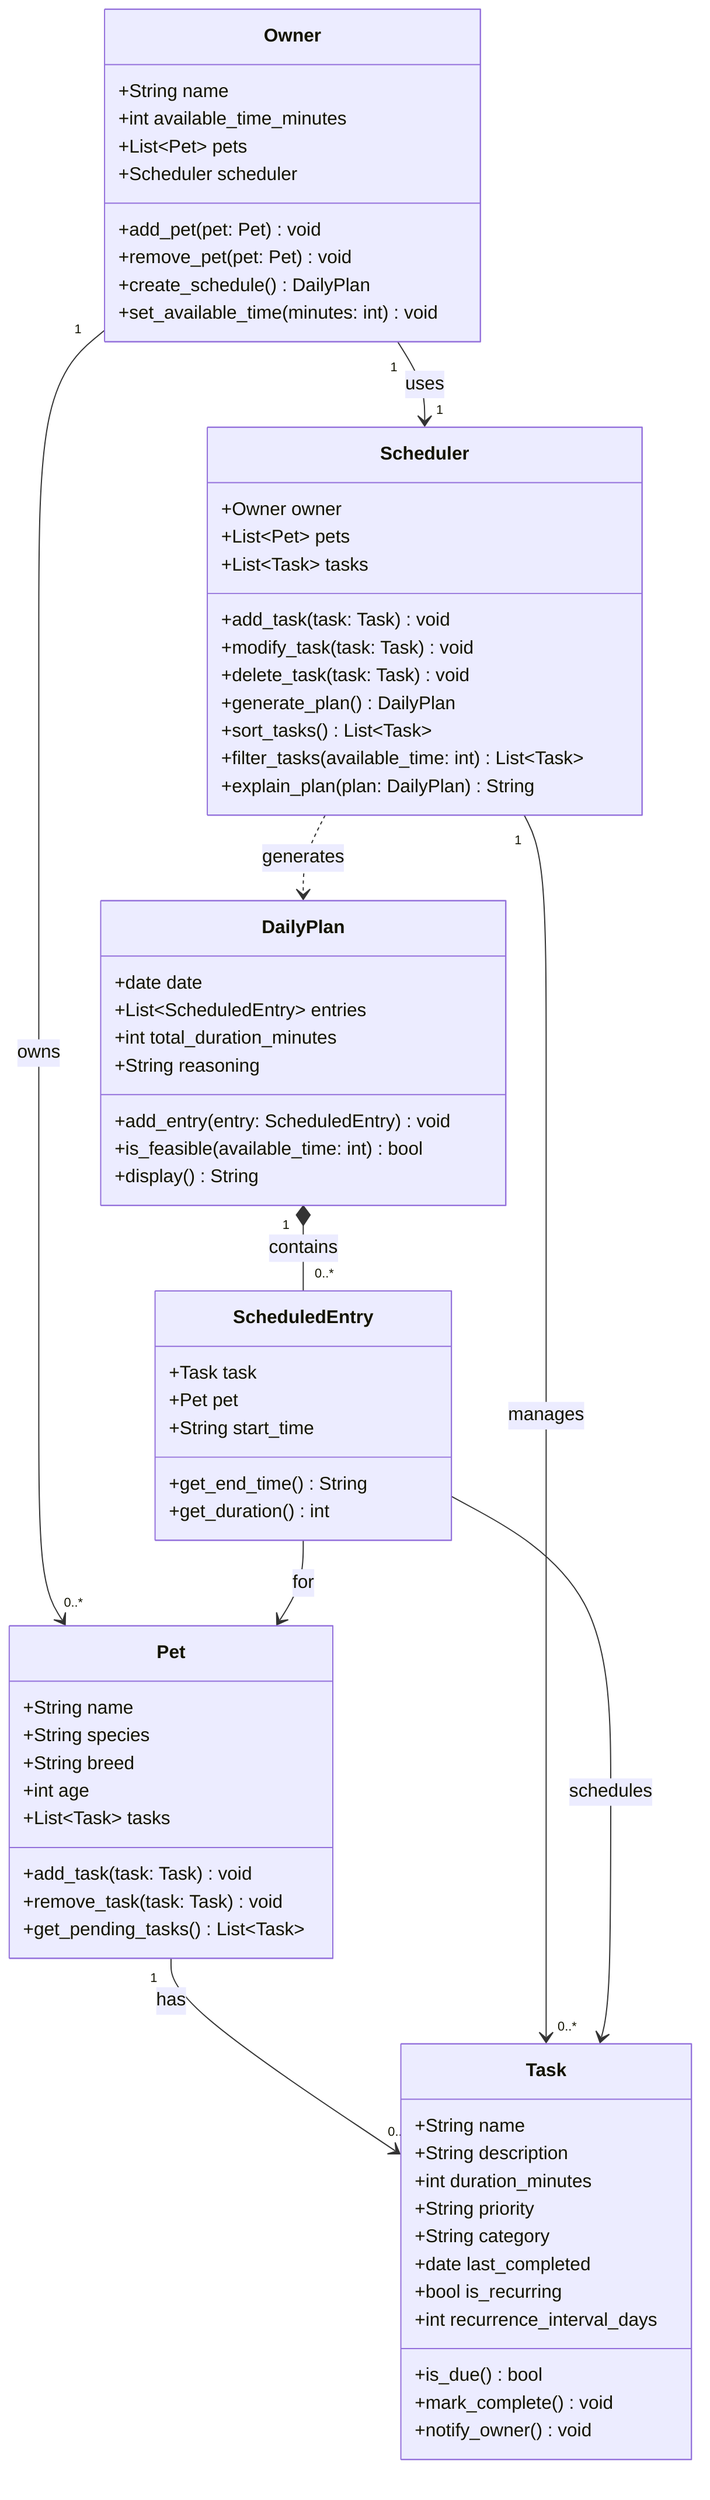
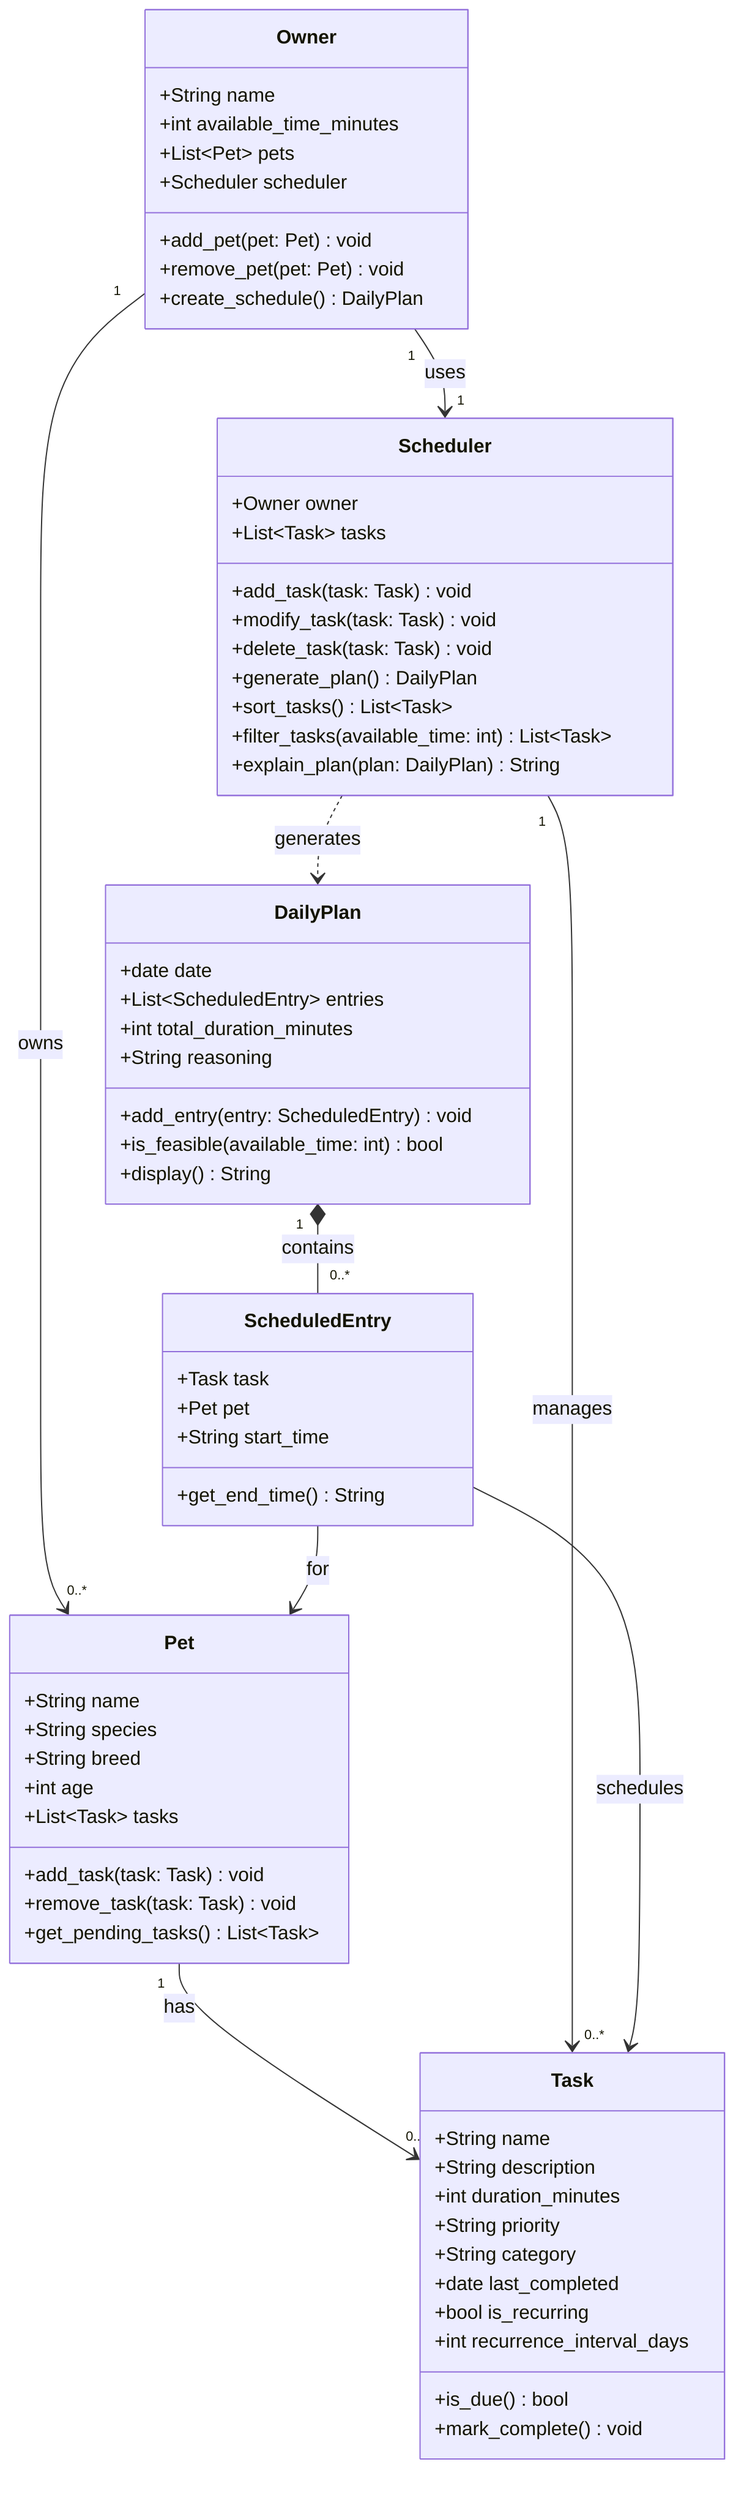
classDiagram
    class Owner {
        +String name
        +int available_time_minutes
        +List~Pet~ pets
        +Scheduler scheduler
        +add_pet(pet: Pet) void
        +remove_pet(pet: Pet) void
        +create_schedule() DailyPlan
-         +set_available_time(minutes: int) void
    }

    class Pet {
        +String name
        +String species
        +String breed
        +int age
        +List~Task~ tasks
        +add_task(task: Task) void
        +remove_task(task: Task) void
        +get_pending_tasks() List~Task~
    }

    class Task {
        +String name
        +String description
        +int duration_minutes
        +String priority
        +String category
        +date last_completed
        +bool is_recurring
        +int recurrence_interval_days
        +is_due() bool
        +mark_complete() void
-         +notify_owner() void
    }

    class Scheduler {
        +Owner owner
-         +List~Pet~ pets
        +List~Task~ tasks
        +add_task(task: Task) void
        +modify_task(task: Task) void
        +delete_task(task: Task) void
        +generate_plan() DailyPlan
        +sort_tasks() List~Task~
        +filter_tasks(available_time: int) List~Task~
        +explain_plan(plan: DailyPlan) String
    }

    class DailyPlan {
        +date date
        +List~ScheduledEntry~ entries
        +int total_duration_minutes
        +String reasoning
        +add_entry(entry: ScheduledEntry) void
        +is_feasible(available_time: int) bool
        +display() String
    }

    class ScheduledEntry {
        +Task task
        +Pet pet
        +String start_time
        +get_end_time() String
-         +get_duration() int
    }

    Owner "1" --> "0..*" Pet : owns
    Owner "1" --> "1" Scheduler : uses
    Pet "1" --> "0..*" Task : has
    Scheduler "1" --> "0..*" Task : manages
    Scheduler ..> DailyPlan : generates
    DailyPlan "1" *-- "0..*" ScheduledEntry : contains
    ScheduledEntry --> Task : schedules
    ScheduledEntry --> Pet : for
